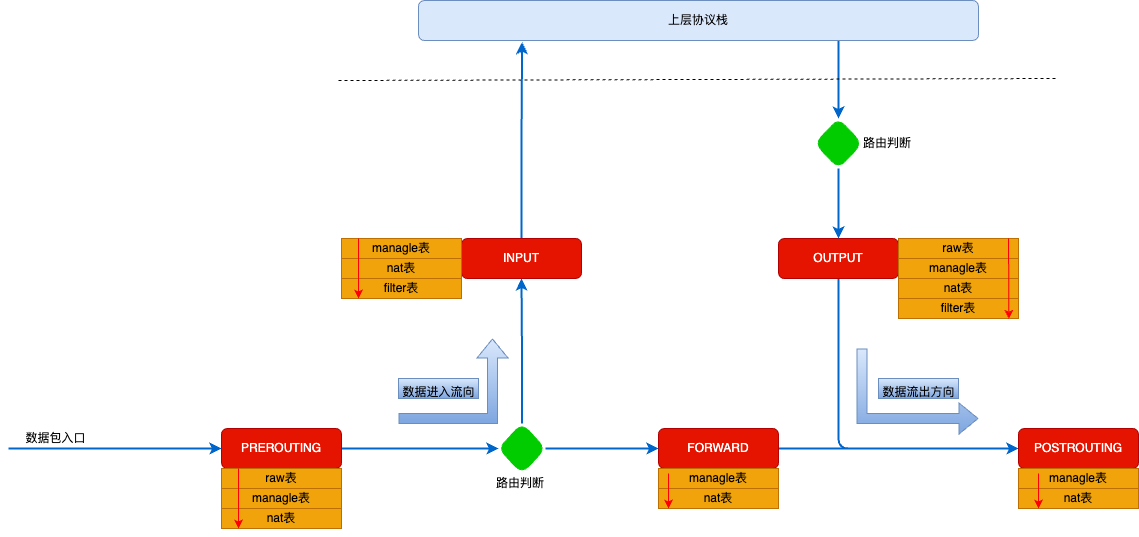
kbsonlong/notes_statics keeps this draw.io diagram as diagrams/iptables-traffic-flow.drawio.png. Above is the earlier version. Source tidied: cells renumbered, new cells last; positions are measured from the earlier drawing's top-left corner, leaving out a move shared by most shapes. Its diagram source:
```xml
<mxGraphModel>
  <root>
    <mxCell id="0" />
    <mxCell id="1" parent="0" />
    <mxCell id="2" style="edgeStyle=orthogonalEdgeStyle;rounded=1;jettySize=auto;html=1;exitX=0.75;exitY=1;exitDx=0;exitDy=0;fontColor=#000000;strokeColor=#0066CC;strokeWidth=2;" parent="1" edge="1" source="3" target="35">
      <mxGeometry relative="1" as="geometry" />
    </mxCell>
    <mxCell id="3" value="上层协议栈" style="rounded=1;whiteSpace=wrap;html=1;fillColor=#dae8fc;strokeColor=#6c8ebf;" parent="1" vertex="1">
      <mxGeometry x="410" width="560" height="40" as="geometry" />
    </mxCell>
    <mxCell id="4" style="endArrow=none;dashed=1;html=1;rounded=0;" parent="1" edge="1">
      <mxGeometry relative="1" as="geometry">
        <mxPoint x="330" y="80" as="sourcePoint" />
        <mxPoint x="1050" y="78" as="targetPoint" />
      </mxGeometry>
    </mxCell>
    <mxCell id="5" style="edgeStyle=orthogonalEdgeStyle;rounded=1;jettySize=auto;html=1;exitX=1;exitY=0.5;exitDx=0;exitDy=0;entryX=0;entryY=0.5;entryDx=0;entryDy=0;fontColor=#000000;strokeColor=#0066CC;strokeWidth=2;" parent="1" edge="1" source="6" target="33">
      <mxGeometry relative="1" as="geometry" />
    </mxCell>
    <mxCell id="6" value="PREROUTING" style="rounded=1;whiteSpace=wrap;html=1;fillColor=#e51400;fontColor=#ffffff;strokeColor=#B20000;" parent="1" vertex="1">
      <mxGeometry x="213" y="428" width="120" height="40" as="geometry" />
    </mxCell>
    <mxCell id="7" value="raw表" style="rounded=0;whiteSpace=wrap;html=1;fontColor=#000000;fillColor=#f0a30a;strokeColor=#BD7000;" parent="1" vertex="1">
      <mxGeometry x="213" y="468" width="120" height="20" as="geometry" />
    </mxCell>
    <mxCell id="8" value="managle表" style="rounded=0;whiteSpace=wrap;html=1;fontColor=#000000;fillColor=#f0a30a;strokeColor=#BD7000;" parent="1" vertex="1">
      <mxGeometry x="213" y="488" width="120" height="20" as="geometry" />
    </mxCell>
    <mxCell id="9" value="nat表" style="rounded=0;whiteSpace=wrap;html=1;fontColor=#000000;fillColor=#f0a30a;strokeColor=#BD7000;" parent="1" vertex="1">
      <mxGeometry x="213" y="508" width="120" height="20" as="geometry" />
    </mxCell>
    <mxCell id="10" style="edgeStyle=orthogonalEdgeStyle;rounded=1;jettySize=auto;html=1;exitX=0.5;exitY=0;exitDx=0;exitDy=0;entryX=0.185;entryY=1.042;entryDx=0;entryDy=0;entryPerimeter=0;fontColor=#000000;strokeColor=#0066CC;strokeWidth=2;" parent="1" edge="1" source="11" target="3">
      <mxGeometry relative="1" as="geometry" />
    </mxCell>
    <mxCell id="11" value="INPUT" style="rounded=1;whiteSpace=wrap;html=1;fillColor=#e51400;fontColor=#ffffff;strokeColor=#B20000;" parent="1" vertex="1">
      <mxGeometry x="453" y="238" width="120" height="40" as="geometry" />
    </mxCell>
    <mxCell id="12" value="managle表" style="rounded=0;whiteSpace=wrap;html=1;fontColor=#000000;fillColor=#f0a30a;strokeColor=#BD7000;" parent="1" vertex="1">
      <mxGeometry x="333" y="238" width="120" height="20" as="geometry" />
    </mxCell>
    <mxCell id="13" value="nat表" style="rounded=0;whiteSpace=wrap;html=1;fontColor=#000000;fillColor=#f0a30a;strokeColor=#BD7000;" parent="1" vertex="1">
      <mxGeometry x="333" y="258" width="120" height="20" as="geometry" />
    </mxCell>
    <mxCell id="14" value="filter表" style="rounded=0;whiteSpace=wrap;html=1;fontColor=#000000;fillColor=#f0a30a;strokeColor=#BD7000;" parent="1" vertex="1">
      <mxGeometry x="333" y="278" width="120" height="20" as="geometry" />
    </mxCell>
    <mxCell id="15" style="edgeStyle=orthogonalEdgeStyle;rounded=1;jettySize=auto;html=1;exitX=0.5;exitY=1;exitDx=0;exitDy=0;entryX=0;entryY=0.5;entryDx=0;entryDy=0;fontColor=#000000;strokeColor=#0066CC;strokeWidth=2;" parent="1" edge="1" source="16" target="25">
      <mxGeometry relative="1" as="geometry" />
    </mxCell>
    <mxCell id="16" value="OUTPUT" style="rounded=1;whiteSpace=wrap;html=1;fillColor=#e51400;fontColor=#ffffff;strokeColor=#B20000;" parent="1" vertex="1">
      <mxGeometry x="770" y="238" width="120" height="40" as="geometry" />
    </mxCell>
    <mxCell id="17" value="raw表" style="rounded=0;whiteSpace=wrap;html=1;fontColor=#000000;fillColor=#f0a30a;strokeColor=#BD7000;" parent="1" vertex="1">
      <mxGeometry x="890" y="238" width="120" height="20" as="geometry" />
    </mxCell>
    <mxCell id="18" value="managle表" style="rounded=0;whiteSpace=wrap;html=1;fontColor=#000000;fillColor=#f0a30a;strokeColor=#BD7000;" parent="1" vertex="1">
      <mxGeometry x="890" y="258" width="120" height="20" as="geometry" />
    </mxCell>
    <mxCell id="19" value="nat表" style="rounded=0;whiteSpace=wrap;html=1;fontColor=#000000;fillColor=#f0a30a;strokeColor=#BD7000;" parent="1" vertex="1">
      <mxGeometry x="890" y="278" width="120" height="20" as="geometry" />
    </mxCell>
    <mxCell id="20" value="filter表" style="rounded=0;whiteSpace=wrap;html=1;fontColor=#000000;fillColor=#f0a30a;strokeColor=#BD7000;" parent="1" vertex="1">
      <mxGeometry x="890" y="298" width="120" height="20" as="geometry" />
    </mxCell>
    <mxCell id="21" style="edgeStyle=orthogonalEdgeStyle;rounded=1;jettySize=auto;html=1;fontColor=#000000;entryX=0;entryY=0.5;entryDx=0;entryDy=0;strokeColor=#0066CC;strokeWidth=2;" parent="1" edge="1" source="22" target="25">
      <mxGeometry relative="1" as="geometry" />
    </mxCell>
    <mxCell id="22" value="FORWARD" style="rounded=1;whiteSpace=wrap;html=1;fillColor=#e51400;fontColor=#ffffff;strokeColor=#B20000;" parent="1" vertex="1">
      <mxGeometry x="650" y="428" width="120" height="40" as="geometry" />
    </mxCell>
    <mxCell id="23" value="managle表" style="rounded=0;whiteSpace=wrap;html=1;fontColor=#000000;fillColor=#f0a30a;strokeColor=#BD7000;" parent="1" vertex="1">
      <mxGeometry x="650" y="468" width="120" height="20" as="geometry" />
    </mxCell>
    <mxCell id="24" value="nat表" style="rounded=0;whiteSpace=wrap;html=1;fontColor=#000000;fillColor=#f0a30a;strokeColor=#BD7000;" parent="1" vertex="1">
      <mxGeometry x="650" y="488" width="120" height="20" as="geometry" />
    </mxCell>
    <mxCell id="25" value="POSTROUTING" style="rounded=1;whiteSpace=wrap;html=1;fillColor=#e51400;fontColor=#ffffff;strokeColor=#B20000;" parent="1" vertex="1">
      <mxGeometry x="1010" y="428" width="120" height="40" as="geometry" />
    </mxCell>
    <mxCell id="26" value="managle表" style="rounded=0;whiteSpace=wrap;html=1;fontColor=#000000;fillColor=#f0a30a;strokeColor=#BD7000;" parent="1" vertex="1">
      <mxGeometry x="1010" y="468" width="120" height="20" as="geometry" />
    </mxCell>
    <mxCell id="27" value="nat表" style="rounded=0;whiteSpace=wrap;html=1;fontColor=#000000;fillColor=#f0a30a;strokeColor=#BD7000;" parent="1" vertex="1">
      <mxGeometry x="1010" y="488" width="120" height="20" as="geometry" />
    </mxCell>
    <mxCell id="28" style="endArrow=classic;html=1;rounded=1;fontColor=#000000;entryX=0;entryY=0.5;entryDx=0;entryDy=0;strokeColor=#0066CC;strokeWidth=2;" parent="1" edge="1" target="6">
      <mxGeometry relative="1" as="geometry">
        <mxPoint y="448" as="sourcePoint" />
      </mxGeometry>
    </mxCell>
    <mxCell id="29" value="数据包入口" style="edgeLabel;html=1;align=center;verticalAlign=middle;fontColor=#000000;" parent="28" vertex="1">
      <mxGeometry x="-0.57" y="-3" relative="1" as="geometry">
        <mxPoint y="-13" as="offset" />
      </mxGeometry>
    </mxCell>
    <mxCell id="30" style="edgeStyle=segmentEdgeStyle;endArrow=classic;html=1;rounded=0;fontColor=#000000;shape=flexArrow;fillColor=#dae8fc;gradientColor=#7ea6e0;strokeColor=#6c8ebf;" parent="1" edge="1">
      <mxGeometry relative="1" as="geometry">
        <mxPoint x="390" y="418" as="sourcePoint" />
        <mxPoint x="484" y="338" as="targetPoint" />
      </mxGeometry>
    </mxCell>
    <mxCell id="31" style="edgeStyle=orthogonalEdgeStyle;rounded=1;jettySize=auto;html=1;entryX=0.5;entryY=1;entryDx=0;entryDy=0;fontColor=#000000;strokeColor=#0066CC;strokeWidth=2;" parent="1" edge="1" source="33" target="11">
      <mxGeometry relative="1" as="geometry" />
    </mxCell>
    <mxCell id="32" style="edgeStyle=orthogonalEdgeStyle;rounded=1;jettySize=auto;html=1;fontColor=#000000;strokeColor=#0066CC;strokeWidth=2;" parent="1" edge="1" source="33" target="22">
      <mxGeometry relative="1" as="geometry" />
    </mxCell>
    <mxCell id="33" style="rhombus;whiteSpace=wrap;html=1;fillColor=#00CC00;strokeColor=#00CC00;fontColor=#ffffff;rounded=1;" parent="1" vertex="1">
      <mxGeometry x="490" y="423" width="47" height="50" as="geometry" />
    </mxCell>
    <mxCell id="34" style="edgeStyle=orthogonalEdgeStyle;rounded=1;jettySize=auto;html=1;entryX=0.5;entryY=0;entryDx=0;entryDy=0;fontColor=#000000;strokeColor=#0066CC;strokeWidth=2;" parent="1" edge="1" source="35" target="16">
      <mxGeometry relative="1" as="geometry" />
    </mxCell>
    <mxCell id="35" style="rhombus;whiteSpace=wrap;html=1;fillColor=#00CC00;strokeColor=#00CC00;fontColor=#ffffff;rounded=1;" parent="1" vertex="1">
      <mxGeometry x="806.5" y="118" width="47" height="50" as="geometry" />
    </mxCell>
    <mxCell id="36" value="&lt;font style=&quot;font-size: 12px; font-weight: normal;&quot;&gt;数据进入流向&lt;/font&gt;" style="text;strokeColor=#6c8ebf;fillColor=#dae8fc;html=1;fontSize=24;fontStyle=1;verticalAlign=middle;align=center;gradientColor=#7ea6e0;" parent="1" vertex="1">
      <mxGeometry x="390" y="378" width="80" height="20" as="geometry" />
    </mxCell>
    <mxCell id="37" style="endArrow=classic;html=1;rounded=0;fontSize=12;fontColor=#000000;shape=flexArrow;fillColor=#dae8fc;gradientColor=#7ea6e0;strokeColor=#6c8ebf;" parent="1" edge="1">
      <mxGeometry relative="1" as="geometry">
        <mxPoint x="853.5" y="348" as="sourcePoint" />
        <mxPoint x="970" y="418" as="targetPoint" />
        <Array as="points">
          <mxPoint x="853.5" y="418" />
        </Array>
      </mxGeometry>
    </mxCell>
    <mxCell id="38" value="&lt;font style=&quot;font-size: 12px; font-weight: normal;&quot;&gt;数据流出方向&lt;/font&gt;" style="text;strokeColor=#6c8ebf;fillColor=#dae8fc;html=1;fontSize=24;fontStyle=1;verticalAlign=middle;align=center;gradientColor=#7ea6e0;" parent="1" vertex="1">
      <mxGeometry x="870" y="378" width="80" height="20" as="geometry" />
    </mxCell>
    <mxCell id="39" value="&lt;font style=&quot;font-size: 10px;&quot;&gt;路由判断&lt;/font&gt;" style="text;html=1;strokeColor=none;fillColor=none;align=center;verticalAlign=middle;whiteSpace=wrap;rounded=0;fontSize=12;fontColor=#000000;" parent="1" vertex="1">
      <mxGeometry x="853.5" y="133" width="50" height="20" as="geometry" />
    </mxCell>
    <mxCell id="40" value="&lt;font style=&quot;font-size: 10px;&quot;&gt;路由判断&lt;/font&gt;" style="text;html=1;strokeColor=none;fillColor=none;align=center;verticalAlign=middle;whiteSpace=wrap;rounded=0;fontSize=12;fontColor=#000000;" parent="1" vertex="1">
      <mxGeometry x="487" y="473" width="50" height="20" as="geometry" />
    </mxCell>
    <mxCell id="41" style="endArrow=classic;html=1;rounded=0;fontSize=10;fontColor=#000000;strokeColor=#FF0000;" parent="1" edge="1">
      <mxGeometry relative="1" as="geometry">
        <mxPoint x="350" y="238" as="sourcePoint" />
        <mxPoint x="350" y="298" as="targetPoint" />
      </mxGeometry>
    </mxCell>
    <mxCell id="42" style="endArrow=classic;html=1;rounded=0;fontSize=10;fontColor=#000000;strokeColor=#FF0000;entryX=0.92;entryY=1.014;entryDx=0;entryDy=0;entryPerimeter=0;" parent="1" edge="1" target="20">
      <mxGeometry relative="1" as="geometry">
        <mxPoint x="1000" y="238" as="sourcePoint" />
      </mxGeometry>
    </mxCell>
    <mxCell id="43" style="endArrow=classic;html=1;rounded=0;fontSize=10;fontColor=#000000;strokeColor=#FF0000;" parent="1" edge="1">
      <mxGeometry relative="1" as="geometry">
        <mxPoint x="230" y="468" as="sourcePoint" />
        <mxPoint x="230" y="528" as="targetPoint" />
      </mxGeometry>
    </mxCell>
    <mxCell id="44" style="endArrow=classic;html=1;rounded=0;fontSize=10;fontColor=#000000;strokeColor=#FF0000;" parent="1" edge="1">
      <mxGeometry relative="1" as="geometry">
        <mxPoint x="660" y="473" as="sourcePoint" />
        <mxPoint x="660" y="508" as="targetPoint" />
      </mxGeometry>
    </mxCell>
    <mxCell id="45" style="endArrow=classic;html=1;rounded=0;fontSize=10;fontColor=#000000;strokeColor=#FF0000;" parent="1" edge="1">
      <mxGeometry relative="1" as="geometry">
        <mxPoint x="1030" y="473" as="sourcePoint" />
        <mxPoint x="1030" y="508" as="targetPoint" />
      </mxGeometry>
    </mxCell>
  </root>
</mxGraphModel>
```
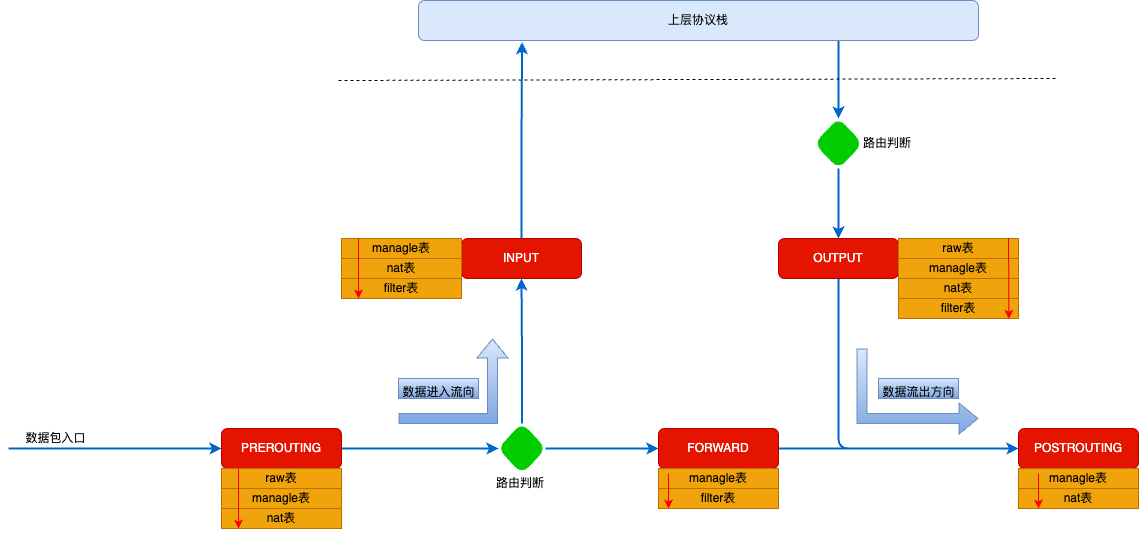
Above is the later version.

The edit, as a diff of the source:
```diff
@@ -71,7 +71,7 @@
     <mxCell id="23" value="managle表" style="rounded=0;whiteSpace=wrap;html=1;fontColor=#000000;fillColor=#f0a30a;strokeColor=#BD7000;" parent="1" vertex="1">
       <mxGeometry x="650" y="468" width="120" height="20" as="geometry" />
     </mxCell>
-    <mxCell id="24" value="nat表" style="rounded=0;whiteSpace=wrap;html=1;fontColor=#000000;fillColor=#f0a30a;strokeColor=#BD7000;" parent="1" vertex="1">
+    <mxCell id="24" value="filter表" style="rounded=0;whiteSpace=wrap;html=1;fontColor=#000000;fillColor=#f0a30a;strokeColor=#BD7000;" parent="1" vertex="1">
       <mxGeometry x="650" y="488" width="120" height="20" as="geometry" />
     </mxCell>
     <mxCell id="25" value="POSTROUTING" style="rounded=1;whiteSpace=wrap;html=1;fillColor=#e51400;fontColor=#ffffff;strokeColor=#B20000;" parent="1" vertex="1">
```
